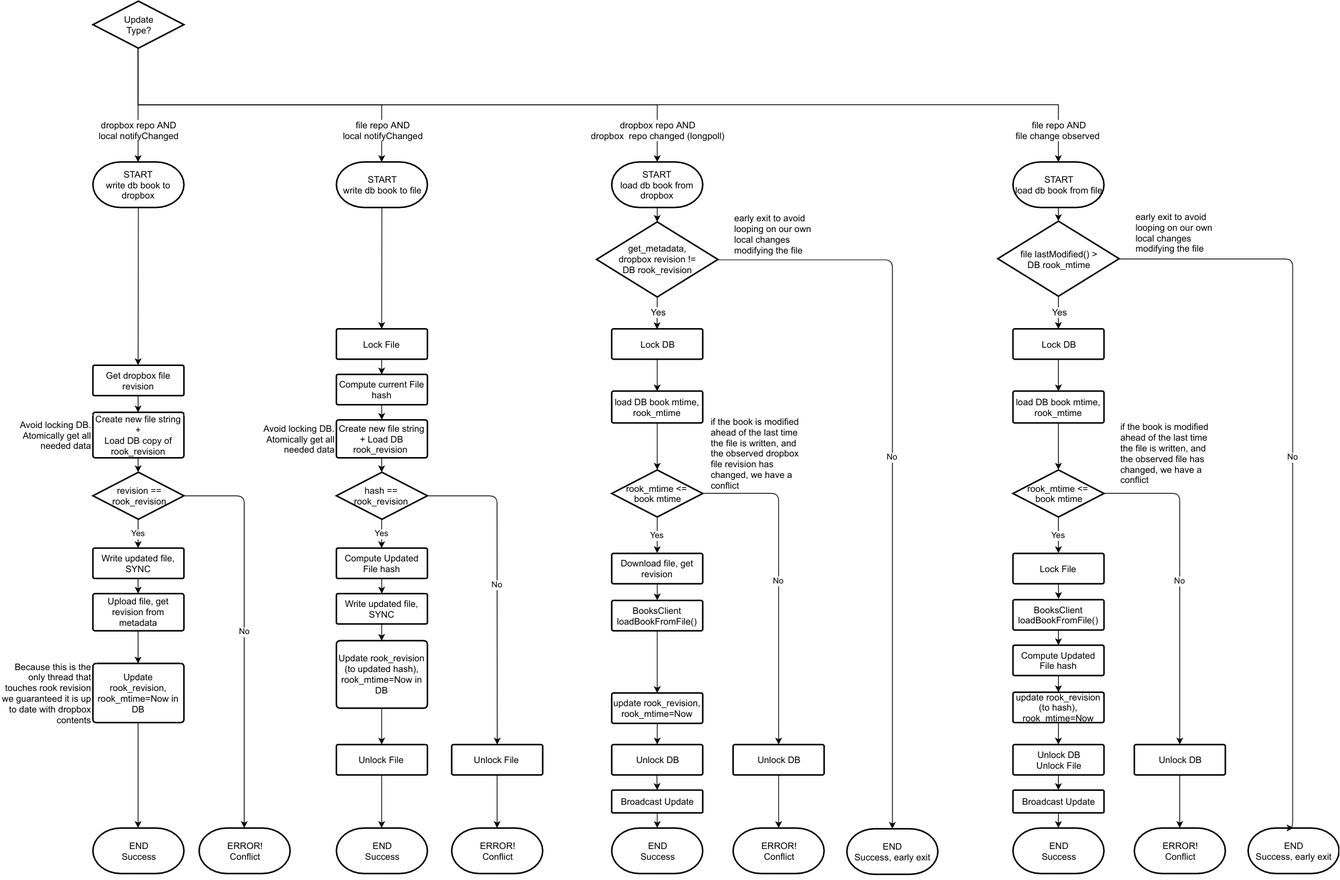
Above: doc/sync_flowchart.png in orgzly/orgzly-android (draw.io), before the change. Source tidied: cells renumbered, new cells last; positions are measured from the earlier drawing's top-left corner, leaving out a move shared by most shapes.
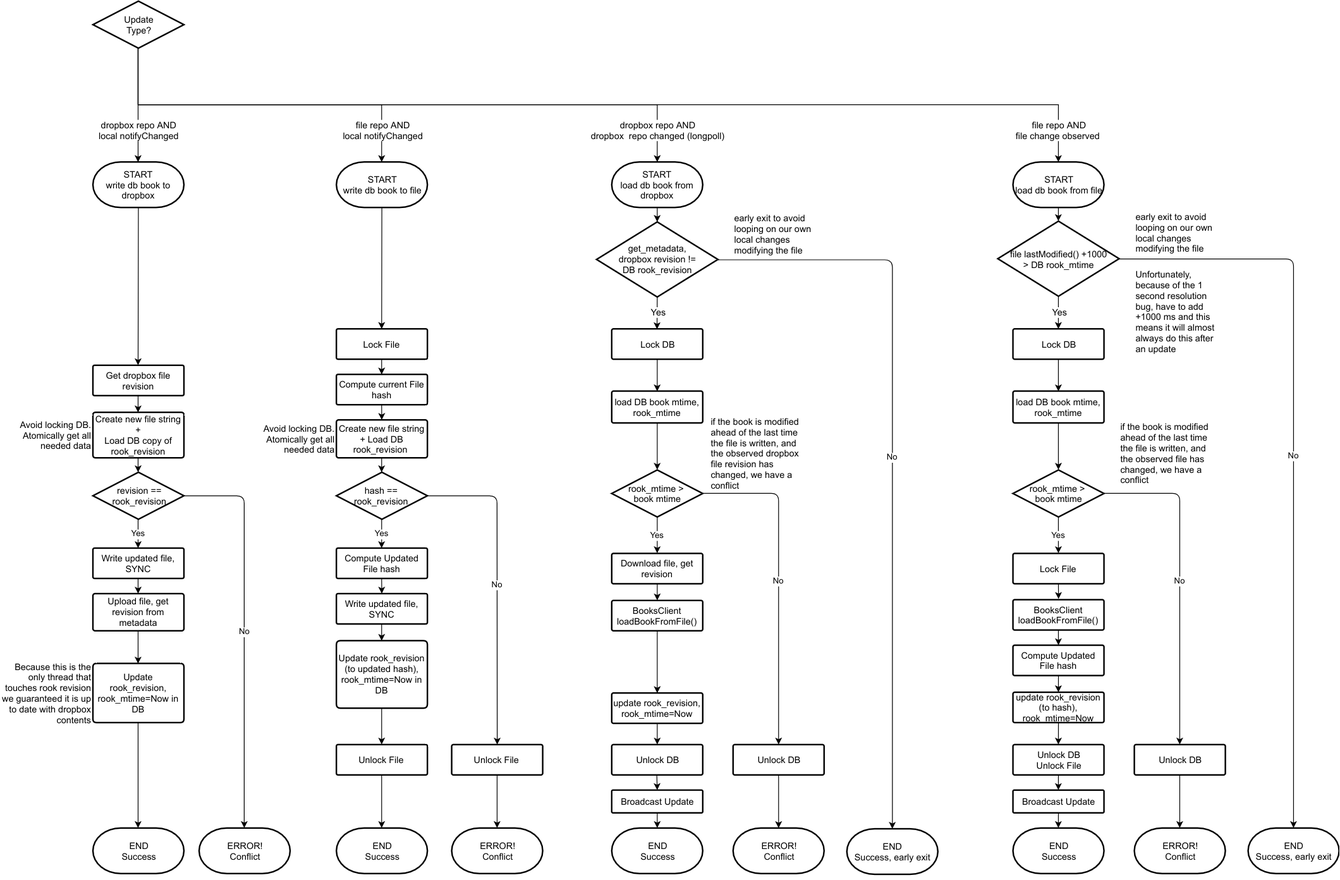
The same file after the commit.

Commit message:
fix bugs in sync flowchart

The edit, as a diff of the source:
```diff
@@ -50,7 +50,7 @@
     <mxCell id="17" style="endArrow=classic;html=1;entryX=0.5;entryY=0;entryPerimeter=0;exitX=0.5;exitY=1;exitPerimeter=0;" parent="1" edge="1" source="32" target="16">
       <mxGeometry relative="1" as="geometry" />
     </mxCell>
-    <mxCell id="18" value="rook_mtime &amp;lt;=&amp;nbsp;&lt;div&gt;book mtime&lt;/div&gt;" style="strokeWidth=2;html=1;shape=mxgraph.flowchart.decision;whiteSpace=wrap;" parent="1" vertex="1">
+    <mxCell id="18" value="rook_mtime &amp;gt;&amp;nbsp;&lt;div&gt;book mtime&lt;/div&gt;" style="strokeWidth=2;html=1;shape=mxgraph.flowchart.decision;whiteSpace=wrap;" parent="1" vertex="1">
       <mxGeometry x="804" y="618" width="120" height="62" as="geometry" />
     </mxCell>
     <mxCell id="19" value="Lock DB" style="strokeWidth=2;html=1;shape=mxgraph.flowchart.process;whiteSpace=wrap;" parent="1" vertex="1">
@@ -98,7 +98,7 @@
     <mxCell id="33" value="Update&lt;div&gt;Type?&lt;/div&gt;" style="strokeWidth=2;html=1;shape=mxgraph.flowchart.decision;whiteSpace=wrap;" parent="1" vertex="1">
       <mxGeometry x="120" width="120" height="62" as="geometry" />
     </mxCell>
-    <mxCell id="34" value="file lastModified() &amp;gt;&lt;div&gt;DB rook_mtime&lt;/div&gt;" style="strokeWidth=2;html=1;shape=mxgraph.flowchart.decision;whiteSpace=wrap;" parent="1" vertex="1">
+    <mxCell id="34" value="file lastModified() +1000&lt;div&gt;&amp;gt; DB rook_mtime&lt;/div&gt;" style="strokeWidth=2;html=1;shape=mxgraph.flowchart.decision;whiteSpace=wrap;" parent="1" vertex="1">
       <mxGeometry x="1313" y="290" width="160" height="99" as="geometry" />
     </mxCell>
     <mxCell id="35" value="revision ==&lt;div&gt;rook_revision&lt;/div&gt;" style="strokeWidth=2;html=1;shape=mxgraph.flowchart.decision;whiteSpace=wrap;" parent="1" vertex="1">
@@ -159,7 +159,7 @@
     <mxCell id="52" value="Avoid locking DB. &amp;nbsp;Atomically get all needed data" style="text;html=1;strokeColor=none;fillColor=none;align=right;verticalAlign=middle;whiteSpace=wrap;" parent="1" vertex="1">
       <mxGeometry x="321" y="552" width="120" height="50" as="geometry" />
     </mxCell>
-    <mxCell id="53" value="rook_mtime &amp;lt;=&amp;nbsp;&lt;div&gt;book mtime&lt;/div&gt;" style="strokeWidth=2;html=1;shape=mxgraph.flowchart.decision;whiteSpace=wrap;" parent="1" vertex="1">
+    <mxCell id="53" value="rook_mtime &amp;gt;&amp;nbsp;&lt;div&gt;book mtime&lt;/div&gt;" style="strokeWidth=2;html=1;shape=mxgraph.flowchart.decision;whiteSpace=wrap;" parent="1" vertex="1">
       <mxGeometry x="1333" y="618" width="120" height="62" as="geometry" />
     </mxCell>
     <mxCell id="54" value="Lock DB" style="strokeWidth=2;html=1;shape=mxgraph.flowchart.process;whiteSpace=wrap;" parent="1" vertex="1">
@@ -330,11 +330,7 @@
       <mxGeometry relative="1" as="geometry" />
     </mxCell>
     <mxCell id="102" value="No" style="endArrow=classic;html=1;edgeStyle=orthogonalEdgeStyle;entryX=0.5;entryY=0;entryPerimeter=0;exitX=1;exitY=0.5;exitPerimeter=0;" parent="1" edge="1" source="34" target="100">
-      <mxGeometry relative="1" as="geometry">
-        <Array as="points">
-          <mxPoint x="1702" y="340" />
-        </Array>
-      </mxGeometry>
+      <mxGeometry relative="1" as="geometry" />
     </mxCell>
     <mxCell id="103" value="early exit to avoid looping on our own local changes modifying the file" style="text;html=1;strokeColor=none;fillColor=none;align=left;verticalAlign=middle;whiteSpace=wrap;" parent="1" vertex="1">
       <mxGeometry x="1493" y="270" width="120" height="70" as="geometry" />
@@ -390,5 +386,8 @@
     <mxCell id="116" value="if the book is modified ahead of the last time the file is written, and the observed dropbox file revision has changed, we have a conflict" style="text;html=1;strokeColor=none;fillColor=none;align=left;verticalAlign=middle;whiteSpace=wrap;" parent="1" vertex="1">
       <mxGeometry x="933" y="550" width="120" height="93" as="geometry" />
     </mxCell>
+    <mxCell id="117" value="Unfortunately, because of the 1 second resolution bug, have to add +1000 ms and this means it will almost always do this after an update" style="text;html=1;strokeColor=none;fillColor=none;align=left;verticalAlign=middle;whiteSpace=wrap;" parent="1" vertex="1">
+      <mxGeometry x="1493" y="340" width="120" height="140" as="geometry" />
+    </mxCell>
   </root>
 </mxGraphModel>
```
